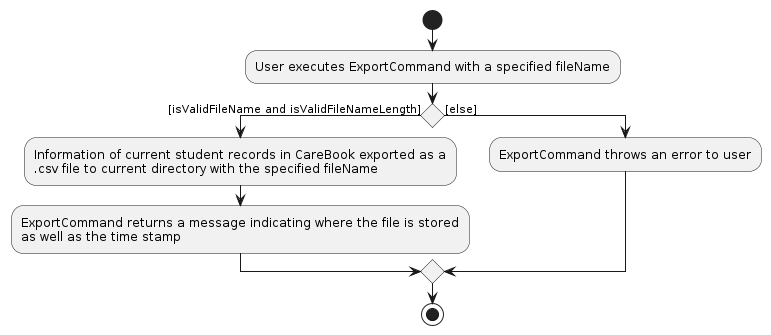
Above: diagrams/ExportCommand.png in AY2425S2-CS2103T-T11-2/tp (PlantUML), before the change. Its source is kept beside it as diagrams/ExportCommand.puml.
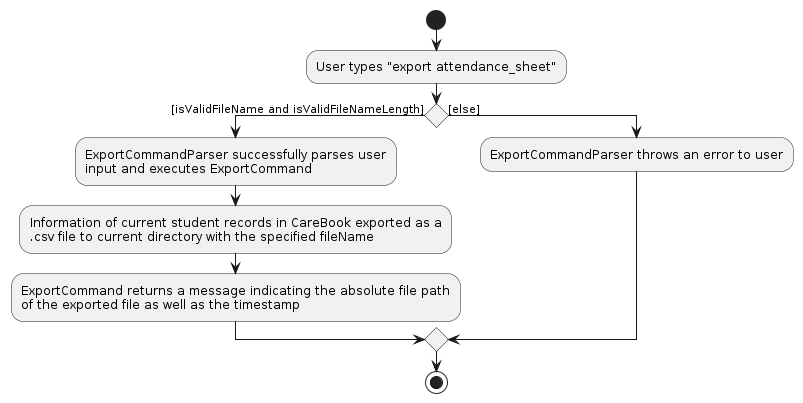
After the commit.

What changed in the source:
```diff
@@ -1,13 +1,15 @@
 @startuml
 start
-:User executes ExportCommand with a specified fileName;
+:User types "export attendance_sheet";
 if () then ([isValidFileName and isValidFileNameLength])
+    :ExportCommandParser successfully parses user
+    input and executes ExportCommand;
     :Information of current student records in CareBook exported as a
     .csv file to current directory with the specified fileName;
-    :ExportCommand returns a message indicating where the file is stored
-    as well as the time stamp;
+    :ExportCommand returns a message indicating the absolute file path
+    of the exported file as well as the timestamp;
 else ([else])
-:ExportCommand throws an error to user;
+:ExportCommandParser throws an error to user;
 endif
 stop
 @enduml
```
